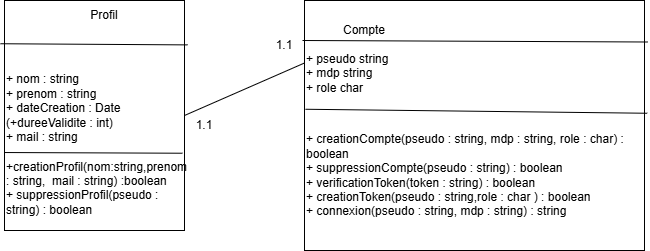
Above: Documents/projetKanbanSql.png in Ray-an2/Kanban-RE (draw.io), before the change. Source tidied: cells renumbered, new cells last; positions are measured from the earlier drawing's top-left corner, leaving out a move shared by most shapes.
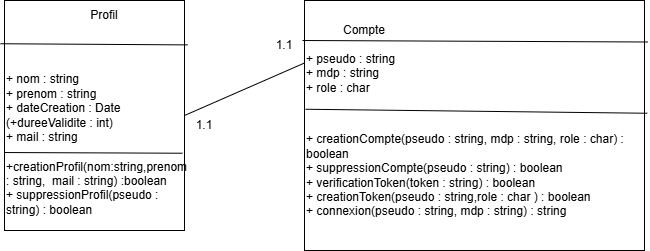
Above is the later version.

Commit message:
Correction UML user finale

The edit, as a diff of the source:
```diff
@@ -20,7 +20,7 @@
     <mxCell id="7" value="1.1" style="text;html=1;whiteSpace=wrap;strokeColor=none;fillColor=none;align=center;verticalAlign=middle;rounded=0;" parent="1" vertex="1">
       <mxGeometry x="170" y="110" width="60" height="30" as="geometry" />
     </mxCell>
-    <mxCell id="8" value="&lt;div style=&quot;&quot;&gt;&lt;span style=&quot;background-color: transparent; color: light-dark(rgb(0, 0, 0), rgb(255, 255, 255));&quot;&gt;+ pseudo string&lt;/span&gt;&lt;/div&gt;&lt;div style=&quot;&quot;&gt;+ mdp string&lt;/div&gt;&lt;div style=&quot;&quot;&gt;+ role char&lt;/div&gt;" style="text;html=1;whiteSpace=wrap;strokeColor=none;fillColor=none;align=left;verticalAlign=middle;rounded=0;" parent="1" vertex="1">
+    <mxCell id="8" value="&lt;div style=&quot;&quot;&gt;&lt;span style=&quot;background-color: transparent; color: light-dark(rgb(0, 0, 0), rgb(255, 255, 255));&quot;&gt;+ pseudo : string&lt;/span&gt;&lt;/div&gt;&lt;div style=&quot;&quot;&gt;+ mdp : string&lt;/div&gt;&lt;div style=&quot;&quot;&gt;+ role : char&lt;/div&gt;" style="text;html=1;whiteSpace=wrap;strokeColor=none;fillColor=none;align=left;verticalAlign=middle;rounded=0;" parent="1" vertex="1">
       <mxGeometry x="300" y="45" width="200" height="55" as="geometry" />
     </mxCell>
     <mxCell id="9" style="endArrow=none;html=1;rounded=0;exitX=-0.023;exitY=0.188;exitDx=0;exitDy=0;exitPerimeter=0;entryX=1.017;entryY=0.193;entryDx=0;entryDy=0;entryPerimeter=0;" parent="1" edge="1" source="4" target="4">
```
